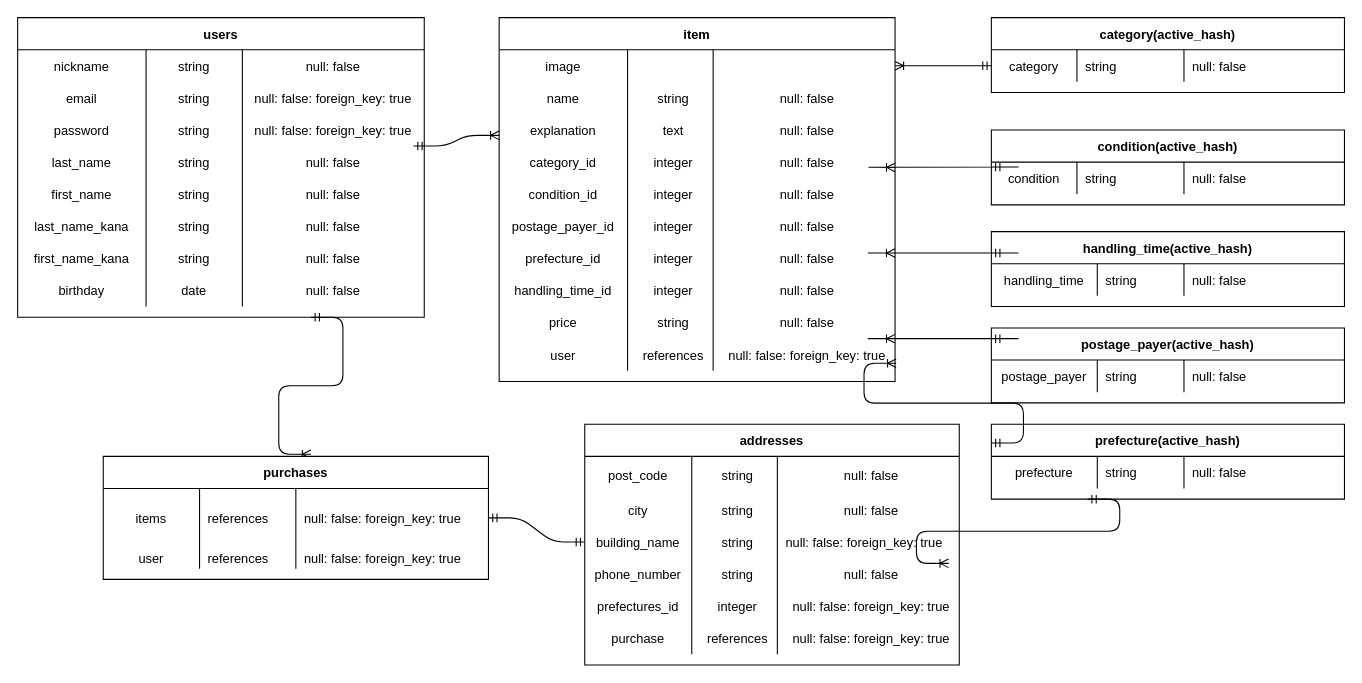
Above: hurima.dio in soudatakeru/furima-31806 (draw.io), before the change. Source tidied: cells renumbered, new cells numbered last; positions are measured from the earlier drawing's top-left corner, leaving out a move shared by most shapes. Both pictures are drawn from the tidied source at 107%, with x=0, y=0 at pixel (17, 17).
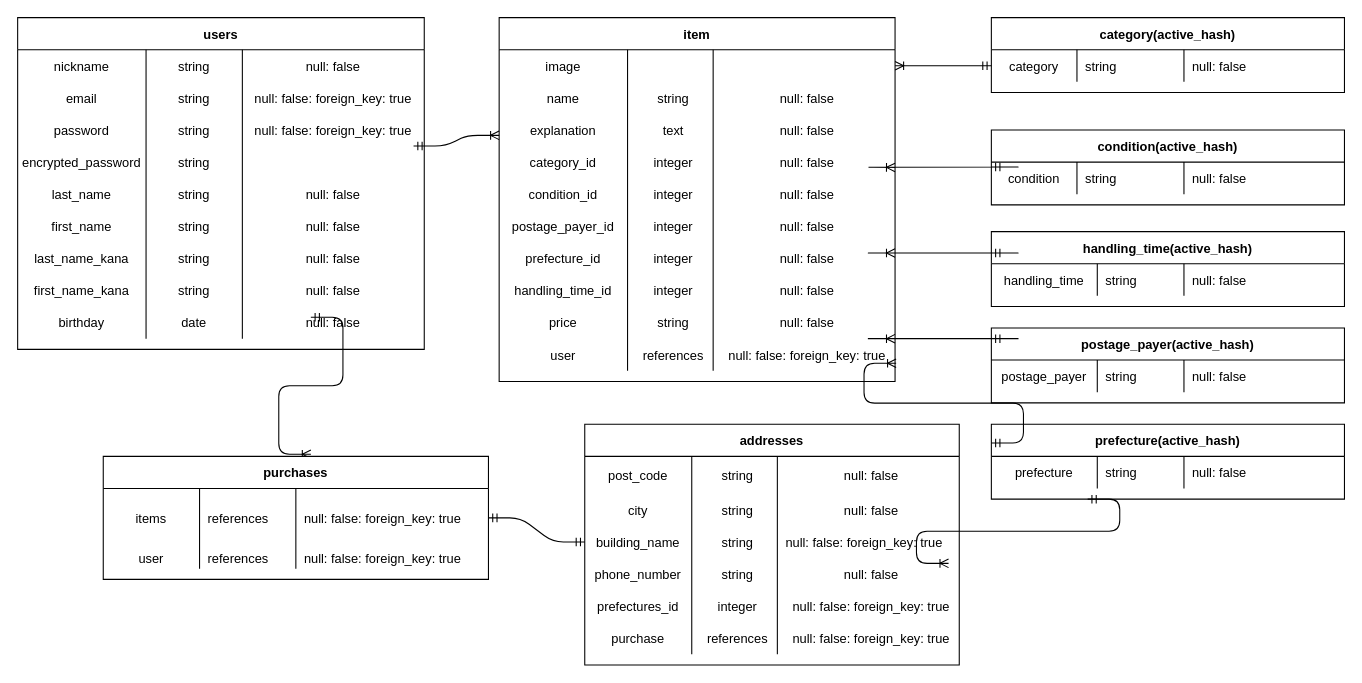
After the change.

Commit message (it also covers changes not shown here):
データベース設計修正

Change to the diagram source:
```diff
@@
     <mxCell id="55" value="users" style="shape=table;startSize=30;childLayout=tableLayout;rowLines=0;fontStyle=1;align=center;" parent="1" vertex="1">
-      <mxGeometry width="380" height="280" as="geometry" />
+      <mxGeometry width="380" height="310" as="geometry" />
     </mxCell>
@@
+    <mxCell id="144" style="shape=partialRectangle;fillColor=none;top=0;left=0;bottom=0;right=0;" parent="55" vertex="1">
+      <mxGeometry y="120" width="380" height="30" as="geometry" />
+    </mxCell>
+    <mxCell id="145" value="encrypted_password" style="shape=partialRectangle;fillColor=none;top=0;left=0;bottom=0;right=0;overflow=hidden;" parent="144" vertex="1">
+      <mxGeometry width="120" height="30" as="geometry" />
+    </mxCell>
+    <mxCell id="146" value="string" style="shape=partialRectangle;fillColor=none;top=0;left=0;bottom=0;right=0;overflow=hidden;" parent="144" vertex="1">
+      <mxGeometry x="120" width="90" height="30" as="geometry" />
+    </mxCell>
+    <mxCell id="147" style="shape=partialRectangle;fillColor=none;top=0;left=0;bottom=0;right=0;overflow=hidden;" parent="144" vertex="1">
+      <mxGeometry x="210" width="170" height="30" as="geometry" />
+    </mxCell>
     <mxCell id="68" style="shape=partialRectangle;fillColor=none;top=0;left=0;bottom=0;right=0;" parent="55" vertex="1">
-      <mxGeometry y="120" width="380" height="30" as="geometry" />
+      <mxGeometry y="150" width="380" height="30" as="geometry" />
     </mxCell>
@@
     <mxCell id="72" style="shape=partialRectangle;fillColor=none;top=0;left=0;bottom=0;right=0;" parent="55" vertex="1">
-      <mxGeometry y="150" width="380" height="30" as="geometry" />
+      <mxGeometry y="180" width="380" height="30" as="geometry" />
     </mxCell>
@@
     <mxCell id="76" style="shape=partialRectangle;fillColor=none;top=0;left=0;bottom=0;right=0;" parent="55" vertex="1">
-      <mxGeometry y="180" width="380" height="30" as="geometry" />
+      <mxGeometry y="210" width="380" height="30" as="geometry" />
     </mxCell>
@@
     <mxCell id="80" style="shape=partialRectangle;fillColor=none;top=0;left=0;bottom=0;right=0;" parent="55" vertex="1">
-      <mxGeometry y="210" width="380" height="30" as="geometry" />
+      <mxGeometry y="240" width="380" height="30" as="geometry" />
     </mxCell>
@@
     <mxCell id="84" style="shape=partialRectangle;fillColor=none;top=0;left=0;bottom=0;right=0;" parent="55" vertex="1">
-      <mxGeometry y="240" width="380" height="30" as="geometry" />
+      <mxGeometry y="270" width="380" height="30" as="geometry" />
     </mxCell>
```
